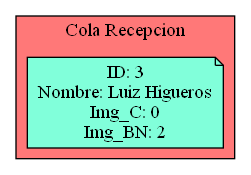
Earlier version of the Graphviz export Cola_Reception.png (Serch-ING/EDD_UDRAWING_202000119). Its source is kept beside it as Cola_Reception.dot.
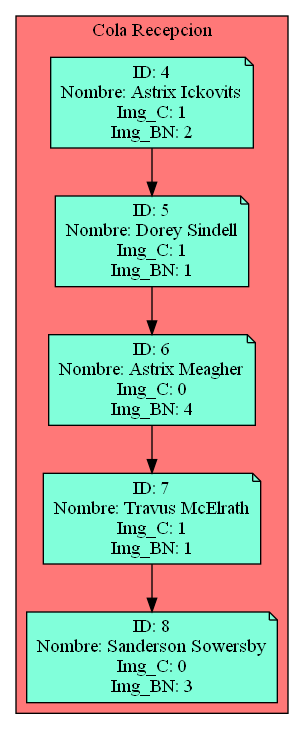
Above is the later version.

What changed in the source:
```diff
@@ -3,8 +3,28 @@
 subgraph cluster_p{
     label= " Cola Recepcion "
     bgcolor = "#FF7878"
-Nodo884452399[label="ID: 3
-Nombre: Luiz Higueros
+Nodo203849460[label="ID: 4
+Nombre: Astrix Ickovits
+Img_C: 1
+Img_BN: 2",fillcolor="#81FFDA"]
+Nodo1058634310[label="ID: 5
+Nombre: Dorey Sindell
+Img_C: 1
+Img_BN: 1",fillcolor="#81FFDA"]
+Nodo1668016508[label="ID: 6
+Nombre: Astrix Meagher
 Img_C: 0
-Img_BN: 2",fillcolor="#81FFDA"]
+Img_BN: 4",fillcolor="#81FFDA"]
+Nodo1353070773[label="ID: 7
+Nombre: Travus McElrath
+Img_C: 1
+Img_BN: 1",fillcolor="#81FFDA"]
+Nodo388357135[label="ID: 8
+Nombre: Sanderson Sowersby
+Img_C: 0
+Img_BN: 3",fillcolor="#81FFDA"]
+Nodo203849460 -> Nodo1058634310
+Nodo1058634310 -> Nodo1668016508
+Nodo1668016508 -> Nodo1353070773
+Nodo1353070773 -> Nodo388357135
 }}
```
